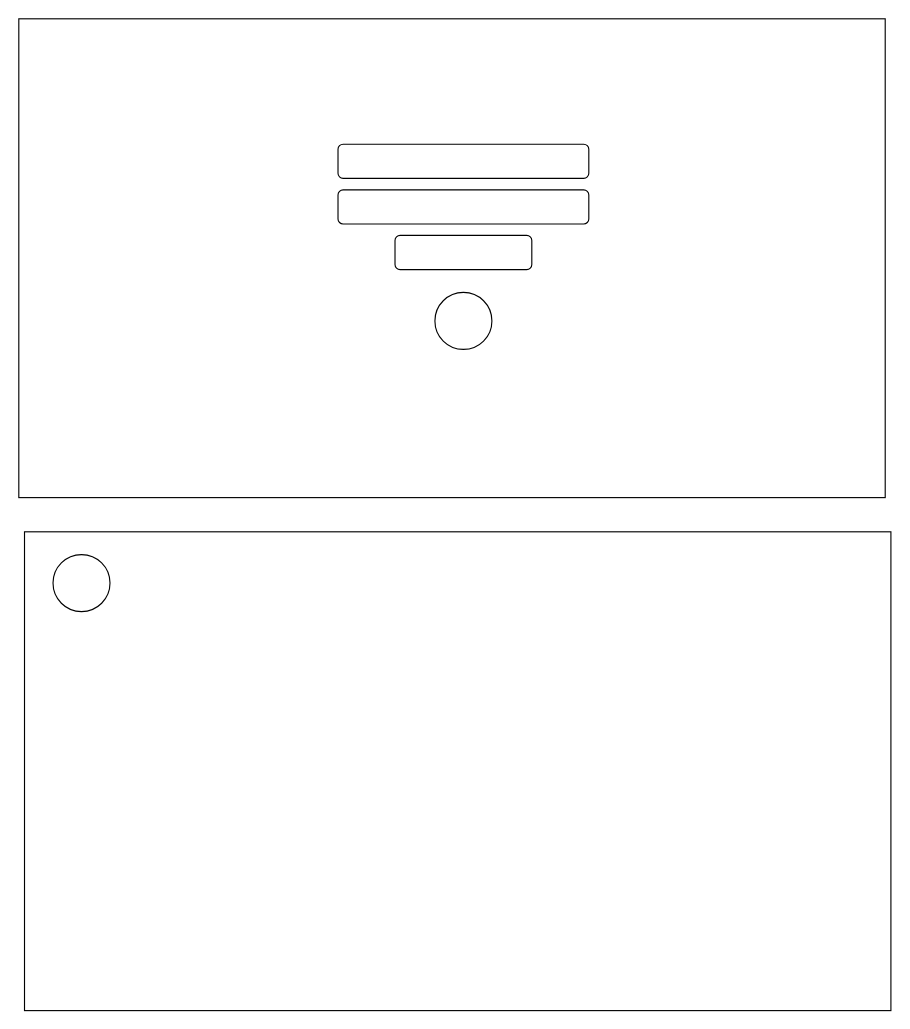
This is Library-Seat-Booking-System.drawio from munna5959/Liabrary_Seat_Booking_System, a draw.io file, before an edit. Source tidied: cells renumbered, new cells numbered last; positions are measured from the earlier drawing's top-left corner, leaving out a move shared by most shapes. Both pictures are drawn from the tidied source at 114%, with x=0, y=0 at pixel (18, 18).
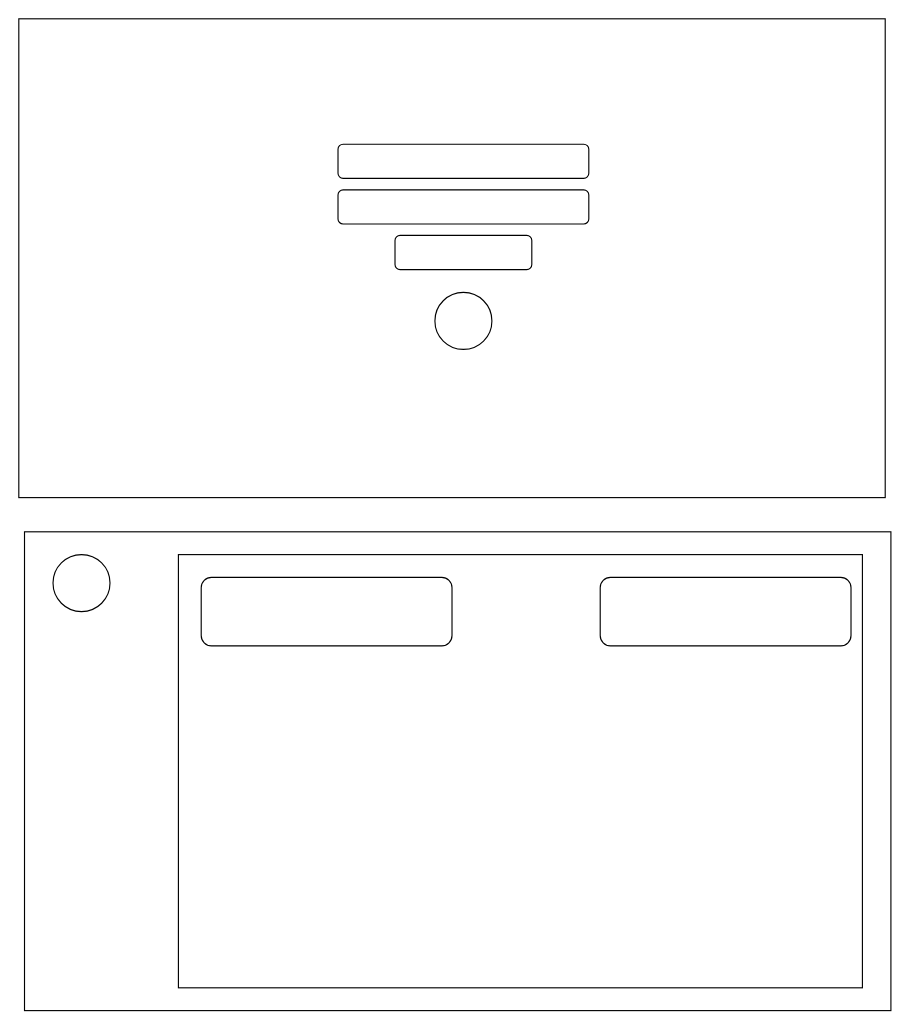
The same diagram, later.

What changed in the source:
```diff
@@
 <mxGraphModel>
   <root>
     <mxCell id="0" />
     <mxCell id="1" parent="0" />
     <mxCell id="2" style="rounded=0;whiteSpace=wrap;html=1;" parent="1" vertex="1">
       <mxGeometry width="760" height="420" as="geometry" />
     </mxCell>
     <mxCell id="3" style="rounded=1;whiteSpace=wrap;html=1;" parent="1" vertex="1">
       <mxGeometry x="280" y="110" width="220" height="30" as="geometry" />
     </mxCell>
     <mxCell id="4" style="rounded=1;whiteSpace=wrap;html=1;" parent="1" vertex="1">
       <mxGeometry x="280" y="150" width="220" height="30" as="geometry" />
     </mxCell>
     <mxCell id="5" style="ellipse;whiteSpace=wrap;html=1;" parent="1" vertex="1">
       <mxGeometry x="365" y="240" width="50" height="50" as="geometry" />
     </mxCell>
     <mxCell id="6" style="rounded=1;whiteSpace=wrap;html=1;" parent="1" vertex="1">
       <mxGeometry x="330" y="190" width="120" height="30" as="geometry" />
     </mxCell>
     <mxCell id="7" style="rounded=0;whiteSpace=wrap;html=1;" parent="1" vertex="1">
       <mxGeometry x="5" y="450" width="760" height="420" as="geometry" />
     </mxCell>
     <mxCell id="8" style="ellipse;whiteSpace=wrap;html=1;" parent="1" vertex="1">
       <mxGeometry x="30" y="470" width="50" height="50" as="geometry" />
     </mxCell>
+    <mxCell id="9" style="rounded=0;whiteSpace=wrap;html=1;" parent="1" vertex="1">
+      <mxGeometry x="140" y="470" width="600" height="380" as="geometry" />
+    </mxCell>
+    <mxCell id="10" style="rounded=1;whiteSpace=wrap;html=1;" parent="1" vertex="1">
+      <mxGeometry x="510" y="490" width="220" height="60" as="geometry" />
+    </mxCell>
+    <mxCell id="11" style="rounded=1;whiteSpace=wrap;html=1;" parent="1" vertex="1">
+      <mxGeometry x="160" y="490" width="220" height="60" as="geometry" />
+    </mxCell>
   </root>
 </mxGraphModel>
```
